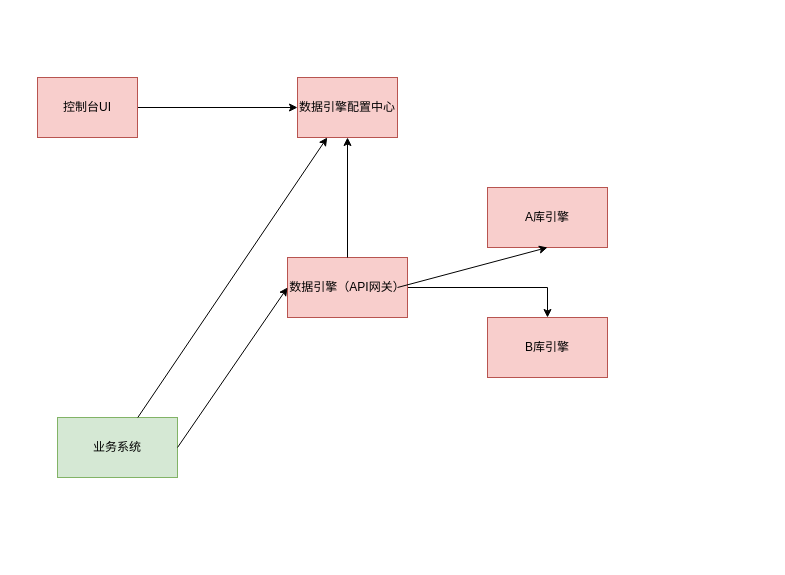
The draw.io diagram sinog2c/数据引擎规划.drawio in jiangliuhong/drawdb, before the edit. Source tidied: cells renumbered, new cells numbered last; positions are measured from the earlier drawing's top-left corner, leaving out a move shared by most shapes. Both pictures are drawn from the tidied source at 100%, with x=0, y=0 at pixel (37, 77).
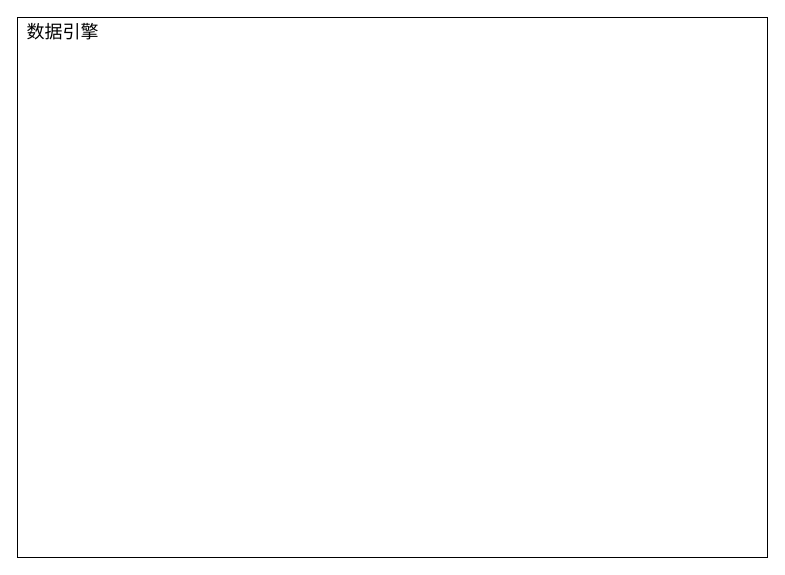
Above is the later version.

Change to the diagram source:
```diff
@@
 <mxGraphModel>
   <root>
     <mxCell id="0" />
     <mxCell id="1" parent="0" />
-    <mxCell id="2" style="edgeStyle=orthogonalEdgeStyle;rounded=0;jettySize=auto;html=1;" parent="1" edge="1" source="3" target="4">
-      <mxGeometry relative="1" as="geometry" />
-    </mxCell>
-    <mxCell id="3" value="控制台UI" style="rounded=0;whiteSpace=wrap;html=1;fillColor=#f8cecc;strokeColor=#b85450;" parent="1" vertex="1">
-      <mxGeometry width="100" height="60" as="geometry" />
-    </mxCell>
-    <mxCell id="4" value="数据引擎配置中心" style="rounded=0;whiteSpace=wrap;html=1;fillColor=#f8cecc;strokeColor=#b85450;" parent="1" vertex="1">
-      <mxGeometry x="260" width="100" height="60" as="geometry" />
-    </mxCell>
-    <mxCell id="5" style="edgeStyle=orthogonalEdgeStyle;rounded=0;jettySize=auto;html=1;entryX=0.5;entryY=0;entryDx=0;entryDy=0;" parent="1" edge="1" source="6" target="9">
-      <mxGeometry relative="1" as="geometry" />
-    </mxCell>
-    <mxCell id="6" value="数据引擎（API网关）" style="rounded=0;whiteSpace=wrap;html=1;fillColor=#f8cecc;strokeColor=#b85450;" parent="1" vertex="1">
-      <mxGeometry x="250" y="180" width="120" height="60" as="geometry" />
-    </mxCell>
-    <mxCell id="7" value="A库引擎" style="rounded=0;whiteSpace=wrap;html=1;fillColor=#f8cecc;strokeColor=#b85450;" parent="1" vertex="1">
-      <mxGeometry x="450" y="110" width="120" height="60" as="geometry" />
-    </mxCell>
-    <mxCell id="8" value="业务系统" style="rounded=0;whiteSpace=wrap;html=1;fillColor=#d5e8d4;strokeColor=#82b366;" parent="1" vertex="1">
-      <mxGeometry x="20" y="340" width="120" height="60" as="geometry" />
-    </mxCell>
-    <mxCell id="9" value="B库引擎" style="rounded=0;whiteSpace=wrap;html=1;fillColor=#f8cecc;strokeColor=#b85450;" parent="1" vertex="1">
-      <mxGeometry x="450" y="240" width="120" height="60" as="geometry" />
-    </mxCell>
-    <mxCell id="10" style="endArrow=classic;html=1;entryX=0.5;entryY=1;entryDx=0;entryDy=0;" parent="1" edge="1" target="7">
-      <mxGeometry relative="1" as="geometry">
-        <mxPoint x="360" y="210" as="sourcePoint" />
-      </mxGeometry>
-    </mxCell>
-    <mxCell id="11" style="endArrow=classic;html=1;exitX=0.5;exitY=0;exitDx=0;exitDy=0;" parent="1" edge="1" source="6" target="4">
-      <mxGeometry relative="1" as="geometry" />
-    </mxCell>
-    <mxCell id="12" style="endArrow=classic;html=1;exitX=1;exitY=0.5;exitDx=0;exitDy=0;entryX=0;entryY=0.5;entryDx=0;entryDy=0;" parent="1" edge="1" source="8" target="6">
-      <mxGeometry relative="1" as="geometry" />
-    </mxCell>
-    <mxCell id="13" style="endArrow=classic;html=1;" parent="1" edge="1" source="8" target="4">
-      <mxGeometry relative="1" as="geometry" />
-    </mxCell>
+    <mxCell id="14" style="rounded=0;whiteSpace=wrap;html=1;" parent="1" vertex="1">
+      <mxGeometry x="-20" y="-60" width="750" height="540" as="geometry" />
+    </mxCell>
+    <mxCell id="15" value="数据引擎" style="text;html=1;align=center;verticalAlign=middle;fontSize=18;" parent="1" vertex="1">
+      <mxGeometry x="-20" y="-60" width="90" height="30" as="geometry" />
+    </mxCell>
   </root>
 </mxGraphModel>
```
